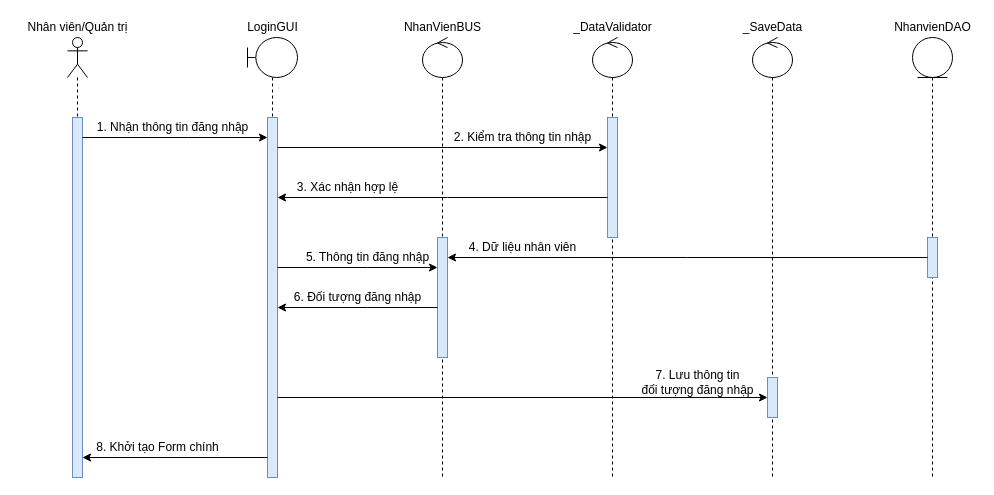
Earlier version of the draw.io diagram Sequence Diagrams/Nguyên Lộc/SD_ĐăngNhập.drawio (EdgarIgnite16/OOAD-Project). Source tidied: cells renumbered, new cells numbered last; positions are measured from the earlier drawing's top-left corner, leaving out a move shared by most shapes. Both pictures are drawn from the tidied source at 100%, with x=0, y=0 at pixel (17, 17).
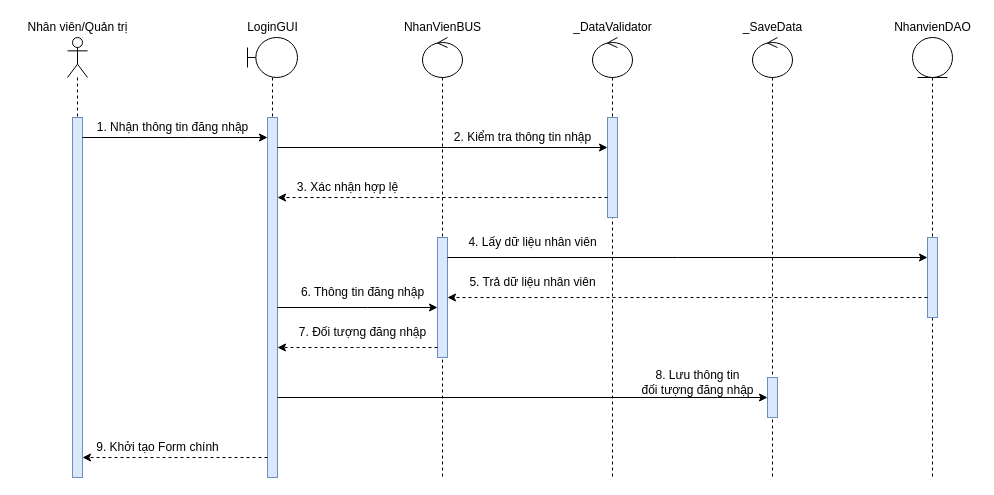
After the change.

Commit message:
QP ngu như bò

Unchanged cells that the change refers to:
```xml
<mxCell id="3" style="html=1;points=[];perimeter=orthogonalPerimeter;fillColor=#dae8fc;strokeColor=#6c8ebf;" parent="2" vertex="1">
  <mxGeometry x="5" y="80" width="10" height="360" as="geometry" />
</mxCell>
<mxCell id="6" style="html=1;points=[];perimeter=orthogonalPerimeter;fillColor=#dae8fc;strokeColor=#6c8ebf;" parent="5" vertex="1">
  <mxGeometry x="20" y="80" width="10" height="360" as="geometry" />
</mxCell>
<mxCell id="8" style="html=1;points=[];perimeter=orthogonalPerimeter;fillColor=#dae8fc;strokeColor=#6c8ebf;" parent="7" vertex="1">
  <mxGeometry x="15" y="200" width="10" height="120" as="geometry" />
</mxCell>
<mxCell id="14" style="shape=umlLifeline;participant=umlControl;perimeter=lifelinePerimeter;whiteSpace=wrap;html=1;verticalAlign=top;spacingTop=36;" parent="1" vertex="1">
  <mxGeometry x="575" y="20" width="40" height="440" as="geometry" />
</mxCell>
<mxCell id="17" style="shape=umlLifeline;participant=umlEntity;perimeter=lifelinePerimeter;whiteSpace=wrap;html=1;verticalAlign=top;spacingTop=36;" parent="1" vertex="1">
  <mxGeometry x="895" y="20" width="40" height="440" as="geometry" />
</mxCell>
```

The edit, as a diff of the source:
```diff
@@
     <mxCell id="15" style="html=1;points=[];perimeter=orthogonalPerimeter;fillColor=#dae8fc;strokeColor=#6c8ebf;" parent="14" vertex="1">
-      <mxGeometry x="15" y="80" width="10" height="120" as="geometry" />
+      <mxGeometry x="15" y="80" width="10" height="100" as="geometry" />
     </mxCell>
@@
     <mxCell id="18" style="html=1;points=[];perimeter=orthogonalPerimeter;fillColor=#dae8fc;strokeColor=#6c8ebf;" parent="17" vertex="1">
-      <mxGeometry x="15" y="200" width="10" height="40" as="geometry" />
+      <mxGeometry x="15" y="200" width="10" height="80" as="geometry" />
     </mxCell>
@@
-    <mxCell id="24" style="edgeStyle=orthogonalEdgeStyle;rounded=0;jettySize=auto;html=1;" parent="1" edge="1" source="15" target="6">
+    <mxCell id="24" style="edgeStyle=orthogonalEdgeStyle;rounded=0;jettySize=auto;html=1;dashed=1;" parent="1" edge="1" source="15" target="6">
       <mxGeometry relative="1" as="geometry">
         <Array as="points">
           <mxPoint x="430" y="180" />
           <mxPoint x="430" y="180" />
         </Array>
       </mxGeometry>
     </mxCell>
@@
     <mxCell id="26" style="edgeStyle=orthogonalEdgeStyle;rounded=0;jettySize=auto;html=1;" parent="1" edge="1" source="6" target="8">
       <mxGeometry relative="1" as="geometry">
         <Array as="points">
-          <mxPoint x="350" y="250" />
-          <mxPoint x="350" y="250" />
+          <mxPoint x="350" y="290" />
+          <mxPoint x="350" y="290" />
         </Array>
       </mxGeometry>
     </mxCell>
-    <mxCell id="27" style="edgeStyle=orthogonalEdgeStyle;rounded=0;jettySize=auto;html=1;" parent="1" edge="1" source="18" target="8">
+    <mxCell id="27" style="edgeStyle=orthogonalEdgeStyle;rounded=0;jettySize=auto;html=1;dashed=1;" parent="1" edge="1" source="18" target="8">
       <mxGeometry relative="1" as="geometry">
         <Array as="points">
-          <mxPoint x="670" y="240" />
-          <mxPoint x="670" y="240" />
+          <mxPoint x="670" y="280" />
+          <mxPoint x="670" y="280" />
         </Array>
       </mxGeometry>
     </mxCell>
-    <mxCell id="28" value="4. Dữ liệu nhân viên" style="text;html=1;align=center;verticalAlign=middle;strokeColor=none;fillColor=none;" parent="1" vertex="1">
-      <mxGeometry x="445" y="220" width="120" height="20" as="geometry" />
+    <mxCell id="28" value="5. Trả dữ liệu nhân viên" style="text;html=1;align=center;verticalAlign=middle;strokeColor=none;fillColor=none;" parent="1" vertex="1">
+      <mxGeometry x="440" y="250" width="150" height="30" as="geometry" />
     </mxCell>
-    <mxCell id="29" value="5. Thông tin đăng nhập" style="text;html=1;align=center;verticalAlign=middle;strokeColor=none;fillColor=none;" parent="1" vertex="1">
-      <mxGeometry x="280" y="230" width="140" height="20" as="geometry" />
+    <mxCell id="29" value="6. Thông tin đăng nhập" style="text;html=1;align=center;verticalAlign=middle;strokeColor=none;fillColor=none;" parent="1" vertex="1">
+      <mxGeometry x="270" y="260" width="150" height="30" as="geometry" />
     </mxCell>
-    <mxCell id="30" style="edgeStyle=orthogonalEdgeStyle;rounded=0;jettySize=auto;html=1;" parent="1" edge="1" source="8" target="6">
+    <mxCell id="30" style="edgeStyle=orthogonalEdgeStyle;rounded=0;jettySize=auto;html=1;dashed=1;" parent="1" edge="1" source="8" target="6">
       <mxGeometry relative="1" as="geometry">
         <Array as="points">
-          <mxPoint x="350" y="290" />
-          <mxPoint x="350" y="290" />
+          <mxPoint x="340" y="330" />
+          <mxPoint x="340" y="330" />
         </Array>
       </mxGeometry>
     </mxCell>
-    <mxCell id="31" value="6. Đối tượng đăng nhập" style="text;html=1;align=center;verticalAlign=middle;strokeColor=none;fillColor=none;" parent="1" vertex="1">
-      <mxGeometry x="270" y="270" width="140" height="20" as="geometry" />
+    <mxCell id="31" value="7. Đối tượng đăng nhập" style="text;html=1;align=center;verticalAlign=middle;strokeColor=none;fillColor=none;" parent="1" vertex="1">
+      <mxGeometry x="270" y="300" width="150" height="30" as="geometry" />
     </mxCell>
@@
-    <mxCell id="33" style="edgeStyle=orthogonalEdgeStyle;rounded=0;jettySize=auto;html=1;" parent="1" edge="1" source="6" target="3">
+    <mxCell id="33" style="edgeStyle=orthogonalEdgeStyle;rounded=0;jettySize=auto;html=1;dashed=1;" parent="1" edge="1" source="6" target="3">
       <mxGeometry relative="1" as="geometry">
         <Array as="points">
           <mxPoint x="140" y="440" />
           <mxPoint x="140" y="440" />
         </Array>
       </mxGeometry>
     </mxCell>
-    <mxCell id="34" value="7. Lưu thông tin&lt;br&gt;đối tượng đăng nhập" style="text;html=1;align=center;verticalAlign=middle;strokeColor=none;fillColor=none;" parent="1" vertex="1">
-      <mxGeometry x="615" y="350" width="130" height="30" as="geometry" />
+    <mxCell id="34" value="8. Lưu thông tin&lt;br&gt;đối tượng đăng nhập" style="text;html=1;align=center;verticalAlign=middle;strokeColor=none;fillColor=none;" parent="1" vertex="1">
+      <mxGeometry x="610" y="345" width="140" height="40" as="geometry" />
     </mxCell>
-    <mxCell id="35" value="8. Khởi tạo Form chính" style="text;html=1;align=center;verticalAlign=middle;strokeColor=none;fillColor=none;" parent="1" vertex="1">
-      <mxGeometry x="70" y="420" width="140" height="20" as="geometry" />
+    <mxCell id="35" value="9. Khởi tạo Form chính" style="text;html=1;align=center;verticalAlign=middle;strokeColor=none;fillColor=none;" parent="1" vertex="1">
+      <mxGeometry x="65" y="415" width="150" height="30" as="geometry" />
     </mxCell>
+    <mxCell id="36" style="edgeStyle=orthogonalEdgeStyle;rounded=0;jettySize=auto;html=1;" parent="1" edge="1" source="8" target="18">
+      <mxGeometry relative="1" as="geometry">
+        <Array as="points">
+          <mxPoint x="660" y="240" />
+          <mxPoint x="660" y="240" />
+        </Array>
+      </mxGeometry>
+    </mxCell>
+    <mxCell id="37" value="4. Lấy dữ liệu nhân viên" style="text;html=1;align=center;verticalAlign=middle;strokeColor=none;fillColor=none;" parent="1" vertex="1">
+      <mxGeometry x="440" y="210" width="150" height="30" as="geometry" />
+    </mxCell>
```
